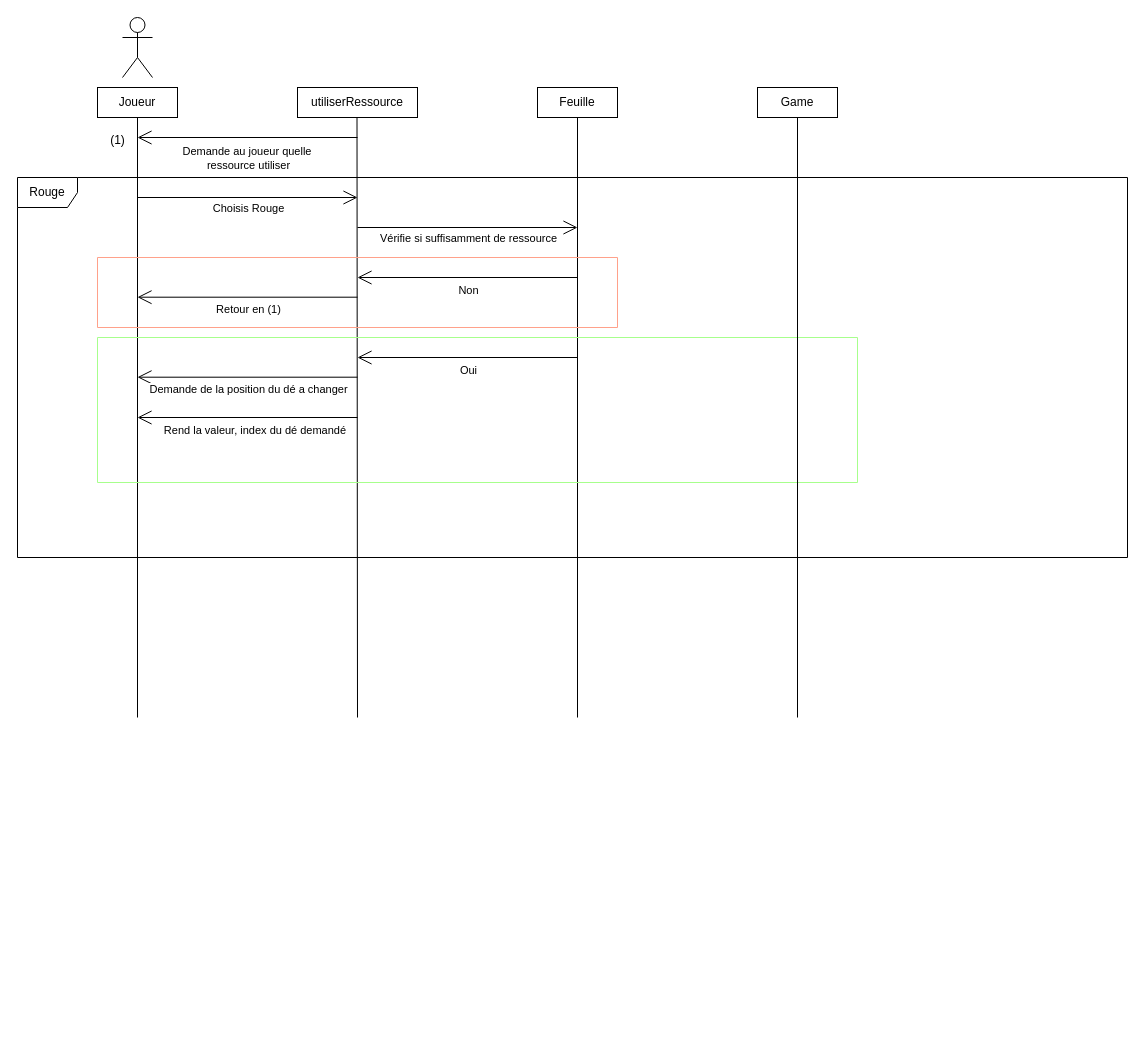
Before: Diagramme-séquence-Action-en-Partie.drawio in AntoineMilochevitch/Troyes-Dice, a draw.io diagram. Source tidied: cells renumbered, new cells numbered last; positions are measured from the earlier drawing's top-left corner, leaving out a move shared by most shapes. Both pictures are drawn from the tidied source at 100%, with x=0, y=0 at pixel (17, 17).
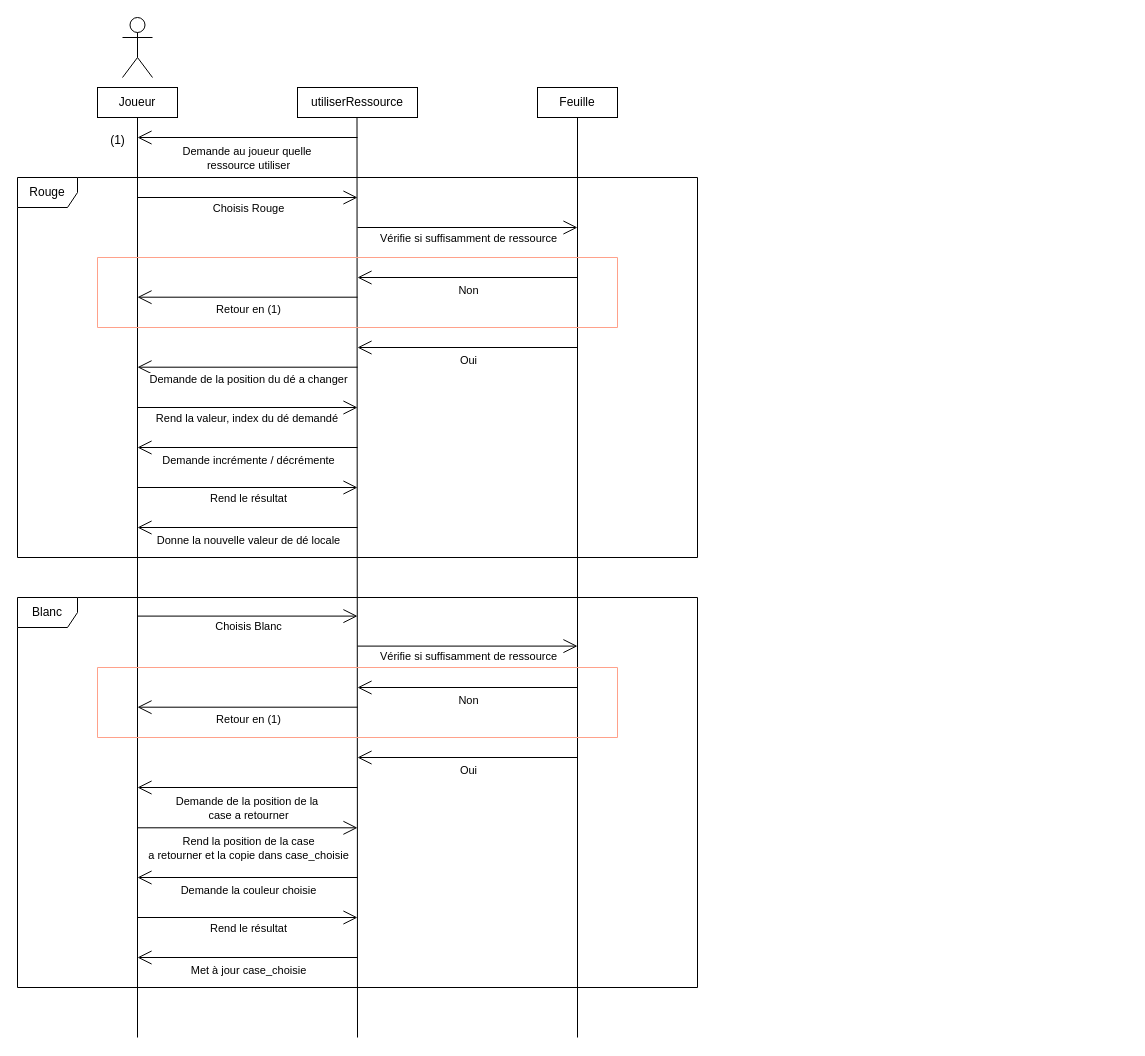
After the change.

Commit message:
Mettre à jour Diagramme-séquence-Action-en-Partie.drawio

Unchanged cells that the change refers to:
```xml
<mxCell id="2" value="Joueur" style="html=1;whiteSpace=wrap;" parent="1" vertex="1">
  <mxGeometry x="80" y="70" width="80" height="30" as="geometry" />
</mxCell>
```

The edit, as a diff of the source:
```diff
@@
     <mxCell id="5" style="endArrow=none;html=1;rounded=0;" parent="1" edge="1" target="2">
       <mxGeometry relative="1" as="geometry">
-        <mxPoint x="120" y="700" as="sourcePoint" />
+        <mxPoint x="120" y="1020" as="sourcePoint" />
       </mxGeometry>
     </mxCell>
     <mxCell id="6" style="endArrow=none;html=1;rounded=0;" parent="1" edge="1">
       <mxGeometry relative="1" as="geometry">
-        <mxPoint x="340" y="700" as="sourcePoint" />
+        <mxPoint x="340" y="1020" as="sourcePoint" />
         <mxPoint x="339.5" y="100" as="targetPoint" />
       </mxGeometry>
     </mxCell>
@@
     <mxCell id="12" style="endArrow=none;html=1;rounded=0;" parent="1" edge="1">
       <mxGeometry relative="1" as="geometry">
-        <mxPoint x="560" y="700" as="sourcePoint" />
+        <mxPoint x="560" y="1020" as="sourcePoint" />
         <mxPoint x="560" y="100" as="targetPoint" />
       </mxGeometry>
     </mxCell>
     <mxCell id="13" value="Rouge" style="shape=umlFrame;whiteSpace=wrap;html=1;" parent="1" vertex="1">
-      <mxGeometry y="160" width="1110" height="380" as="geometry" />
+      <mxGeometry y="160" width="680" height="380" as="geometry" />
     </mxCell>
@@
-    <mxCell id="22" style="swimlane;startSize=0;strokeColor=#A7FF8C;" parent="1" vertex="1">
-      <mxGeometry x="80" y="320" width="760" height="145" as="geometry" />
-    </mxCell>
-    <mxCell id="23" style="endArrow=open;endFill=1;endSize=12;html=1;rounded=0;" parent="22" edge="1">
-      <mxGeometry relative="1" as="geometry">
-        <mxPoint x="260" y="39.7" as="sourcePoint" />
-        <mxPoint x="40" y="39.7" as="targetPoint" />
-      </mxGeometry>
-    </mxCell>
+    <mxCell id="31" style="endArrow=open;endFill=1;endSize=12;html=1;rounded=0;" parent="1" edge="1">
+      <mxGeometry relative="1" as="geometry">
+        <mxPoint x="340" y="349.7" as="sourcePoint" />
+        <mxPoint x="120" y="349.7" as="targetPoint" />
+      </mxGeometry>
+    </mxCell>
-    <mxCell id="24" value="Demande de la position du dé a changer" style="edgeLabel;html=1;align=center;verticalAlign=middle;" parent="23" vertex="1">
+    <mxCell id="24" value="Demande de la position du dé a changer" style="edgeLabel;html=1;align=center;verticalAlign=middle;" parent="31" vertex="1">
       <mxGeometry x="0.12" y="1" relative="1" as="geometry">
         <mxPoint x="13" y="11" as="offset" />
       </mxGeometry>
     </mxCell>
-    <mxCell id="25" style="endArrow=open;endFill=1;endSize=12;html=1;rounded=0;" parent="22" edge="1">
-      <mxGeometry relative="1" as="geometry">
-        <mxPoint x="480" y="20" as="sourcePoint" />
-        <mxPoint x="260" y="20" as="targetPoint" />
-      </mxGeometry>
-    </mxCell>
-    <mxCell id="26" value="Oui" style="edgeLabel;html=1;align=center;verticalAlign=middle;" parent="25" vertex="1">
-      <mxGeometry x="0.12" y="1" relative="1" as="geometry">
-        <mxPoint x="13" y="11" as="offset" />
-      </mxGeometry>
-    </mxCell>
-    <mxCell id="27" style="endArrow=open;endFill=1;endSize=12;html=1;rounded=0;" parent="22" edge="1">
-      <mxGeometry relative="1" as="geometry">
-        <mxPoint x="260" y="80" as="sourcePoint" />
-        <mxPoint x="40" y="80" as="targetPoint" />
-      </mxGeometry>
-    </mxCell>
+    <mxCell id="32" style="endArrow=open;endFill=1;endSize=12;html=1;rounded=0;" parent="1" edge="1">
+      <mxGeometry relative="1" as="geometry">
+        <mxPoint x="560" y="330" as="sourcePoint" />
+        <mxPoint x="340" y="330" as="targetPoint" />
+      </mxGeometry>
+    </mxCell>
+    <mxCell id="33" value="Oui" style="edgeLabel;html=1;align=center;verticalAlign=middle;" parent="32" vertex="1">
+      <mxGeometry x="0.12" y="1" relative="1" as="geometry">
+        <mxPoint x="13" y="11" as="offset" />
+      </mxGeometry>
+    </mxCell>
+    <mxCell id="34" style="endArrow=open;endFill=1;endSize=12;html=1;rounded=0;" parent="1" edge="1">
+      <mxGeometry relative="1" as="geometry">
+        <mxPoint x="120" y="390" as="sourcePoint" />
+        <mxPoint x="340" y="390" as="targetPoint" />
+      </mxGeometry>
+    </mxCell>
-    <mxCell id="28" value="Rend la valeur, index du dé demandé&amp;nbsp;" style="edgeLabel;html=1;align=center;verticalAlign=middle;" parent="27" vertex="1">
+    <mxCell id="28" value="Rend la valeur, index du dé demandé&amp;nbsp;" style="edgeLabel;html=1;align=center;verticalAlign=middle;" parent="34" vertex="1">
       <mxGeometry x="0.12" y="1" relative="1" as="geometry">
-        <mxPoint x="21" y="11" as="offset" />
+        <mxPoint x="-13" y="11" as="offset" />
       </mxGeometry>
     </mxCell>
-    <mxCell id="29" style="endArrow=none;html=1;rounded=0;" parent="1" edge="1">
-      <mxGeometry relative="1" as="geometry">
-        <mxPoint x="780" y="700" as="sourcePoint" />
-        <mxPoint x="780" y="100" as="targetPoint" />
-      </mxGeometry>
-    </mxCell>
-    <mxCell id="30" value="Game" style="html=1;whiteSpace=wrap;" parent="1" vertex="1">
-      <mxGeometry x="740" y="70" width="80" height="30" as="geometry" />
-    </mxCell>
+    <mxCell id="35" style="endArrow=open;endFill=1;endSize=12;html=1;rounded=0;" parent="1" edge="1">
+      <mxGeometry relative="1" as="geometry">
+        <mxPoint x="340" y="430" as="sourcePoint" />
+        <mxPoint x="120" y="430" as="targetPoint" />
+      </mxGeometry>
+    </mxCell>
+    <mxCell id="36" value="Demande incrémente / décrémente" style="edgeLabel;html=1;align=center;verticalAlign=middle;" parent="35" vertex="1">
+      <mxGeometry x="0.12" y="1" relative="1" as="geometry">
+        <mxPoint x="13" y="11" as="offset" />
+      </mxGeometry>
+    </mxCell>
+    <mxCell id="37" style="endArrow=open;endFill=1;endSize=12;html=1;rounded=0;" parent="1" edge="1">
+      <mxGeometry relative="1" as="geometry">
+        <mxPoint x="120" y="470" as="sourcePoint" />
+        <mxPoint x="340" y="470" as="targetPoint" />
+      </mxGeometry>
+    </mxCell>
+    <mxCell id="38" value="Rend le résultat" style="edgeLabel;html=1;align=center;verticalAlign=middle;" parent="37" vertex="1">
+      <mxGeometry x="0.12" y="1" relative="1" as="geometry">
+        <mxPoint x="-13" y="11" as="offset" />
+      </mxGeometry>
+    </mxCell>
+    <mxCell id="39" style="endArrow=open;endFill=1;endSize=12;html=1;rounded=0;" parent="1" edge="1">
+      <mxGeometry relative="1" as="geometry">
+        <mxPoint x="340" y="510" as="sourcePoint" />
+        <mxPoint x="120" y="510" as="targetPoint" />
+      </mxGeometry>
+    </mxCell>
+    <mxCell id="40" value="Donne la nouvelle valeur de dé locale" style="edgeLabel;html=1;align=center;verticalAlign=middle;" parent="39" vertex="1">
+      <mxGeometry x="0.12" y="1" relative="1" as="geometry">
+        <mxPoint x="13" y="11" as="offset" />
+      </mxGeometry>
+    </mxCell>
+    <mxCell id="41" value="Blanc" style="shape=umlFrame;whiteSpace=wrap;html=1;" parent="1" vertex="1">
+      <mxGeometry y="580" width="680" height="390" as="geometry" />
+    </mxCell>
+    <mxCell id="42" style="swimlane;startSize=0;strokeColor=#FFA18A;" parent="1" vertex="1">
+      <mxGeometry x="80" y="650" width="520" height="70" as="geometry" />
+    </mxCell>
+    <mxCell id="43" style="endArrow=open;endFill=1;endSize=12;html=1;rounded=0;" parent="42" edge="1">
+      <mxGeometry relative="1" as="geometry">
+        <mxPoint x="260" y="39.7" as="sourcePoint" />
+        <mxPoint x="40" y="39.7" as="targetPoint" />
+      </mxGeometry>
+    </mxCell>
+    <mxCell id="44" value="Retour en (1)" style="edgeLabel;html=1;align=center;verticalAlign=middle;" parent="43" vertex="1">
+      <mxGeometry x="0.12" y="1" relative="1" as="geometry">
+        <mxPoint x="13" y="11" as="offset" />
+      </mxGeometry>
+    </mxCell>
+    <mxCell id="45" style="endArrow=open;endFill=1;endSize=12;html=1;rounded=0;" parent="42" edge="1">
+      <mxGeometry relative="1" as="geometry">
+        <mxPoint x="480" y="20" as="sourcePoint" />
+        <mxPoint x="260" y="20" as="targetPoint" />
+      </mxGeometry>
+    </mxCell>
+    <mxCell id="46" value="Non" style="edgeLabel;html=1;align=center;verticalAlign=middle;" parent="45" vertex="1">
+      <mxGeometry x="0.12" y="1" relative="1" as="geometry">
+        <mxPoint x="13" y="11" as="offset" />
+      </mxGeometry>
+    </mxCell>
+    <mxCell id="47" style="endArrow=open;endFill=1;endSize=12;html=1;rounded=0;" parent="1" edge="1">
+      <mxGeometry relative="1" as="geometry">
+        <mxPoint x="120" y="598.6" as="sourcePoint" />
+        <mxPoint x="340" y="598.6" as="targetPoint" />
+      </mxGeometry>
+    </mxCell>
+    <mxCell id="48" value="Choisis Blanc" style="edgeLabel;html=1;align=center;verticalAlign=middle;" parent="47" vertex="1">
+      <mxGeometry x="0.12" y="1" relative="1" as="geometry">
+        <mxPoint x="-13" y="11" as="offset" />
+      </mxGeometry>
+    </mxCell>
+    <mxCell id="49" style="endArrow=open;endFill=1;endSize=12;html=1;rounded=0;" parent="1" edge="1">
+      <mxGeometry relative="1" as="geometry">
+        <mxPoint x="340" y="628.6" as="sourcePoint" />
+        <mxPoint x="560" y="628.6" as="targetPoint" />
+      </mxGeometry>
+    </mxCell>
+    <mxCell id="50" value="Vérifie si suffisamment de ressource" style="edgeLabel;html=1;align=center;verticalAlign=middle;" parent="49" vertex="1">
+      <mxGeometry x="0.12" y="1" relative="1" as="geometry">
+        <mxPoint x="-13" y="11" as="offset" />
+      </mxGeometry>
+    </mxCell>
+    <mxCell id="51" style="endArrow=open;endFill=1;endSize=12;html=1;rounded=0;" parent="1" edge="1">
+      <mxGeometry relative="1" as="geometry">
+        <mxPoint x="560" y="740" as="sourcePoint" />
+        <mxPoint x="340" y="740" as="targetPoint" />
+      </mxGeometry>
+    </mxCell>
+    <mxCell id="52" value="Oui" style="edgeLabel;html=1;align=center;verticalAlign=middle;" parent="51" vertex="1">
+      <mxGeometry x="0.12" y="1" relative="1" as="geometry">
+        <mxPoint x="13" y="11" as="offset" />
+      </mxGeometry>
+    </mxCell>
+    <mxCell id="53" style="endArrow=open;endFill=1;endSize=12;html=1;rounded=0;" parent="1" edge="1">
+      <mxGeometry relative="1" as="geometry">
+        <mxPoint x="340" y="770" as="sourcePoint" />
+        <mxPoint x="120" y="770" as="targetPoint" />
+      </mxGeometry>
+    </mxCell>
+    <mxCell id="54" value="Demande de la position de la&amp;nbsp;&lt;div&gt;case a retourner&lt;/div&gt;" style="edgeLabel;html=1;align=center;verticalAlign=middle;" parent="53" vertex="1">
+      <mxGeometry x="0.12" y="1" relative="1" as="geometry">
+        <mxPoint x="13" y="19" as="offset" />
+      </mxGeometry>
+    </mxCell>
+    <mxCell id="55" style="endArrow=open;endFill=1;endSize=12;html=1;rounded=0;" parent="1" edge="1">
+      <mxGeometry relative="1" as="geometry">
+        <mxPoint x="120" y="810.3" as="sourcePoint" />
+        <mxPoint x="340" y="810.3" as="targetPoint" />
+      </mxGeometry>
+    </mxCell>
+    <mxCell id="56" value="Rend la position de la case&lt;div&gt;a retourner et la copie dans case_choisie&lt;/div&gt;" style="edgeLabel;html=1;align=center;verticalAlign=middle;" parent="55" vertex="1">
+      <mxGeometry x="0.12" y="1" relative="1" as="geometry">
+        <mxPoint x="-13" y="21" as="offset" />
+      </mxGeometry>
+    </mxCell>
+    <mxCell id="57" style="endArrow=open;endFill=1;endSize=12;html=1;rounded=0;" parent="1" edge="1">
+      <mxGeometry relative="1" as="geometry">
+        <mxPoint x="340" y="860" as="sourcePoint" />
+        <mxPoint x="120" y="860" as="targetPoint" />
+      </mxGeometry>
+    </mxCell>
+    <mxCell id="58" value="Demande la couleur choisie" style="edgeLabel;html=1;align=center;verticalAlign=middle;" parent="57" vertex="1">
+      <mxGeometry x="0.12" y="1" relative="1" as="geometry">
+        <mxPoint x="13" y="11" as="offset" />
+      </mxGeometry>
+    </mxCell>
+    <mxCell id="59" style="endArrow=open;endFill=1;endSize=12;html=1;rounded=0;" parent="1" edge="1">
+      <mxGeometry relative="1" as="geometry">
+        <mxPoint x="120" y="900" as="sourcePoint" />
+        <mxPoint x="340" y="900" as="targetPoint" />
+      </mxGeometry>
+    </mxCell>
+    <mxCell id="60" value="Rend le résultat" style="edgeLabel;html=1;align=center;verticalAlign=middle;" parent="59" vertex="1">
+      <mxGeometry x="0.12" y="1" relative="1" as="geometry">
+        <mxPoint x="-13" y="11" as="offset" />
+      </mxGeometry>
+    </mxCell>
+    <mxCell id="61" style="endArrow=open;endFill=1;endSize=12;html=1;rounded=0;" parent="1" edge="1">
+      <mxGeometry relative="1" as="geometry">
+        <mxPoint x="340" y="940" as="sourcePoint" />
+        <mxPoint x="120" y="940" as="targetPoint" />
+      </mxGeometry>
+    </mxCell>
+    <mxCell id="62" value="Met à jour case_choisie" style="edgeLabel;html=1;align=center;verticalAlign=middle;" parent="61" vertex="1">
+      <mxGeometry x="0.12" y="1" relative="1" as="geometry">
+        <mxPoint x="13" y="11" as="offset" />
+      </mxGeometry>
+    </mxCell>
```
